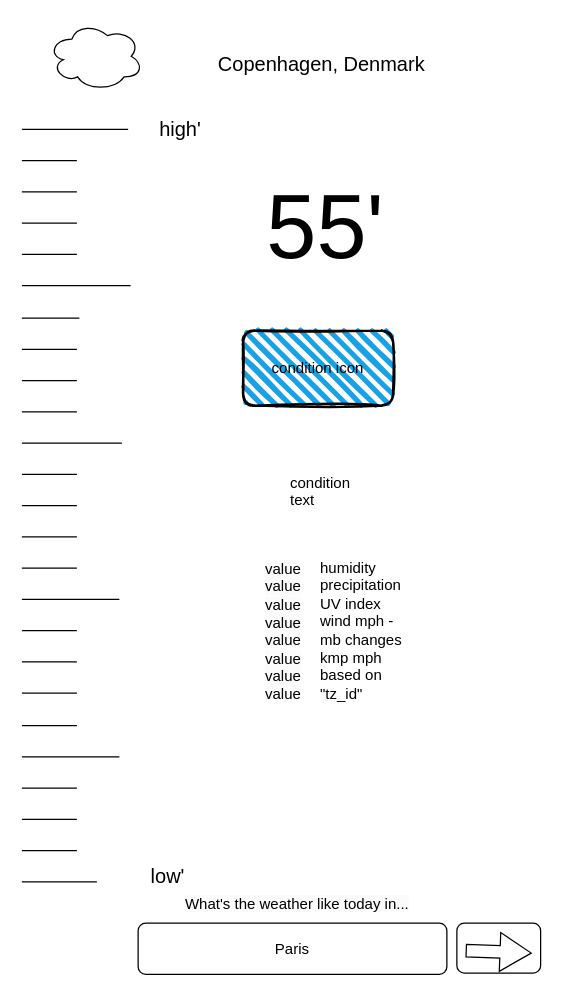
Earlier version of the draw.io diagram Weather_App.drawio (lanewells/u1_lab_weather-api). Source tidied: cells renumbered, new cells numbered last; positions are measured from the earlier drawing's top-left corner, leaving out a move shared by most shapes. Both pictures are drawn from the tidied source at 125%, with x=0, y=0 at pixel (21, 21).
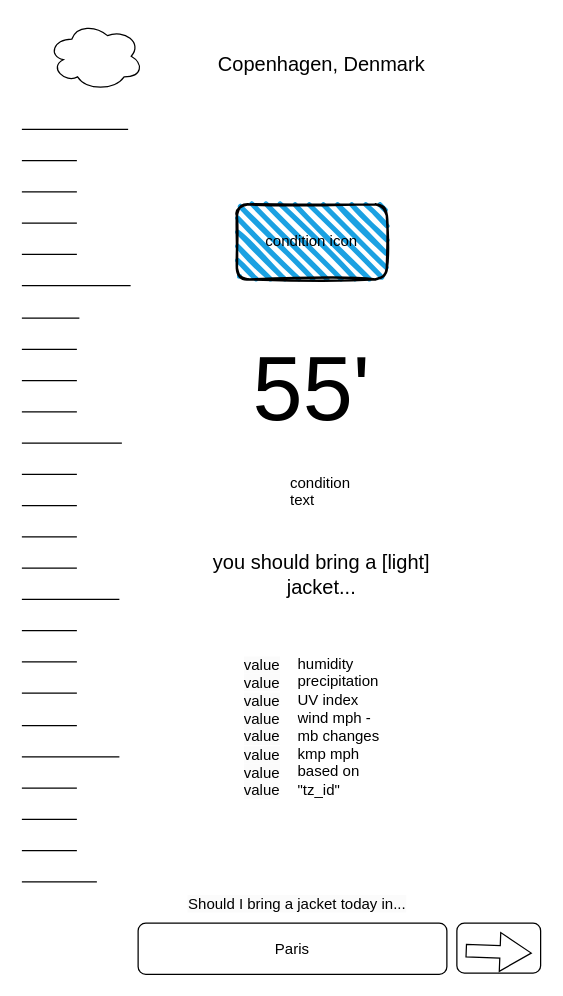
The same diagram, later.

Change to the diagram source:
```diff
@@
     <mxCell id="28" value="55'" style="text;html=1;align=center;verticalAlign=middle;whiteSpace=wrap;rounded=0;fontSize=72;" parent="1" vertex="1">
-      <mxGeometry x="175" y="101" width="136" height="126" as="geometry" />
+      <mxGeometry x="164" y="231" width="136" height="126" as="geometry" />
     </mxCell>
@@
-    <mxCell id="30" value="high'" style="text;html=1;align=center;verticalAlign=middle;whiteSpace=wrap;rounded=0;fontSize=16;" parent="1" vertex="1">
-      <mxGeometry x="97" y="71" width="60" height="30" as="geometry" />
-    </mxCell>
-    <mxCell id="31" value="low'" style="text;html=1;align=center;verticalAlign=middle;whiteSpace=wrap;rounded=0;fontSize=16;" parent="1" vertex="1">
-      <mxGeometry x="87" y="668" width="60" height="30" as="geometry" />
-    </mxCell>
@@
     <mxCell id="33" value="condition icon" style="rounded=1;whiteSpace=wrap;html=1;strokeWidth=2;fillWeight=4;hachureGap=8;hachureAngle=45;fillColor=#1ba1e2;sketch=1;" parent="1" vertex="1">
-      <mxGeometry x="177" y="247" width="120" height="60" as="geometry" />
+      <mxGeometry x="172" y="146" width="120" height="60" as="geometry" />
     </mxCell>
     <mxCell id="34" value="humidity&lt;div&gt;precipitation&lt;/div&gt;&lt;div&gt;UV index&lt;/div&gt;&lt;div&gt;wind mph -mb changes kmp mph based on &quot;tz_id&quot;&lt;/div&gt;" style="text;strokeColor=none;fillColor=none;align=left;verticalAlign=middle;spacingLeft=4;spacingRight=4;overflow=hidden;whiteSpace=wrap;html=1;" parent="1" vertex="1">
-      <mxGeometry x="233" y="418" width="80" height="138" as="geometry" />
+      <mxGeometry x="215" y="495" width="80" height="138" as="geometry" />
     </mxCell>
     <mxCell id="35" value="&lt;span style=&quot;color: rgb(0, 0, 0); font-family: Helvetica; font-size: 12px; font-style: normal; font-variant-ligatures: normal; font-variant-caps: normal; font-weight: 400; letter-spacing: normal; orphans: 2; text-align: left; text-indent: 0px; text-transform: none; widows: 2; word-spacing: 0px; -webkit-text-stroke-width: 0px; white-space: normal; background-color: rgb(251, 251, 251); text-decoration-thickness: initial; text-decoration-style: initial; text-decoration-color: initial; display: inline !important; float: none;&quot;&gt;value&lt;br&gt;value&lt;/span&gt;&lt;div&gt;&lt;span style=&quot;font-style: normal; font-variant-ligatures: normal; font-variant-caps: normal; font-weight: 400; letter-spacing: normal; orphans: 2; text-align: left; text-indent: 0px; text-transform: none; widows: 2; word-spacing: 0px; -webkit-text-stroke-width: 0px; white-space-collapse: collapse; background-color: rgb(251, 251, 251); text-decoration-thickness: initial; text-decoration-style: initial; text-decoration-color: initial; float: none; display: inline !important;&quot;&gt;value&lt;/span&gt;&lt;/div&gt;&lt;div&gt;&lt;span style=&quot;font-style: normal; font-variant-ligatures: normal; font-variant-caps: normal; font-weight: 400; letter-spacing: normal; orphans: 2; text-align: left; text-indent: 0px; text-transform: none; widows: 2; word-spacing: 0px; -webkit-text-stroke-width: 0px; white-space-collapse: collapse; background-color: rgb(251, 251, 251); text-decoration-thickness: initial; text-decoration-style: initial; text-decoration-color: initial; float: none; display: inline !important;&quot;&gt;value&lt;/span&gt;&lt;/div&gt;&lt;div&gt;&lt;span style=&quot;font-style: normal; font-variant-ligatures: normal; font-variant-caps: normal; font-weight: 400; letter-spacing: normal; orphans: 2; text-align: left; text-indent: 0px; text-transform: none; widows: 2; word-spacing: 0px; -webkit-text-stroke-width: 0px; white-space-collapse: collapse; background-color: rgb(251, 251, 251); text-decoration-thickness: initial; text-decoration-style: initial; text-decoration-color: initial; float: none; display: inline !important;&quot;&gt;value&lt;/span&gt;&lt;/div&gt;&lt;div&gt;&lt;span style=&quot;font-style: normal; font-variant-ligatures: normal; font-variant-caps: normal; font-weight: 400; letter-spacing: normal; orphans: 2; text-align: left; text-indent: 0px; text-transform: none; widows: 2; word-spacing: 0px; -webkit-text-stroke-width: 0px; white-space-collapse: collapse; background-color: rgb(251, 251, 251); text-decoration-thickness: initial; text-decoration-style: initial; text-decoration-color: initial; float: none; display: inline !important;&quot;&gt;value&lt;/span&gt;&lt;/div&gt;&lt;div&gt;&lt;span style=&quot;font-style: normal; font-variant-ligatures: normal; font-variant-caps: normal; font-weight: 400; letter-spacing: normal; orphans: 2; text-align: left; text-indent: 0px; text-transform: none; widows: 2; word-spacing: 0px; -webkit-text-stroke-width: 0px; white-space-collapse: collapse; background-color: rgb(251, 251, 251); text-decoration-thickness: initial; text-decoration-style: initial; text-decoration-color: initial; float: none; display: inline !important;&quot;&gt;value&lt;/span&gt;&lt;/div&gt;&lt;div&gt;&lt;span style=&quot;font-style: normal; font-variant-ligatures: normal; font-variant-caps: normal; font-weight: 400; letter-spacing: normal; orphans: 2; text-align: left; text-indent: 0px; text-transform: none; widows: 2; word-spacing: 0px; -webkit-text-stroke-width: 0px; white-space-collapse: collapse; background-color: rgb(251, 251, 251); text-decoration-thickness: initial; text-decoration-style: initial; text-decoration-color: initial; float: none; display: inline !important;&quot;&gt;value&lt;br&gt;&lt;br&gt;&lt;/span&gt;&lt;/div&gt;" style="text;strokeColor=none;fillColor=none;align=left;verticalAlign=middle;spacingLeft=4;spacingRight=4;overflow=hidden;whiteSpace=wrap;html=1;" parent="1" vertex="1">
-      <mxGeometry x="189" y="426" width="41" height="137" as="geometry" />
+      <mxGeometry x="172" y="503" width="41" height="137" as="geometry" />
     </mxCell>
@@
-    <mxCell id="38" value="&lt;span style=&quot;color: rgb(0, 0, 0); font-family: Helvetica; font-size: 12px; font-style: normal; font-variant-ligatures: normal; font-variant-caps: normal; font-weight: 400; letter-spacing: normal; orphans: 2; text-align: center; text-indent: 0px; text-transform: none; widows: 2; word-spacing: 0px; -webkit-text-stroke-width: 0px; white-space: normal; background-color: rgb(251, 251, 251); text-decoration-thickness: initial; text-decoration-style: initial; text-decoration-color: initial; display: inline !important; float: none;&quot;&gt;What's the weather like today in...&lt;/span&gt;" style="text;html=1;align=center;verticalAlign=middle;whiteSpace=wrap;rounded=0;fontSize=16;" parent="1" vertex="1">
+    <mxCell id="38" value="&lt;span style=&quot;color: rgb(0, 0, 0); font-family: Helvetica; font-size: 12px; font-style: normal; font-variant-ligatures: normal; font-variant-caps: normal; font-weight: 400; letter-spacing: normal; orphans: 2; text-align: center; text-indent: 0px; text-transform: none; widows: 2; word-spacing: 0px; -webkit-text-stroke-width: 0px; white-space: normal; background-color: rgb(251, 251, 251); text-decoration-thickness: initial; text-decoration-style: initial; text-decoration-color: initial; display: inline !important; float: none;&quot;&gt;Should I bring a jacket today in...&lt;/span&gt;" style="text;html=1;align=center;verticalAlign=middle;whiteSpace=wrap;rounded=0;fontSize=16;" parent="1" vertex="1">
       <mxGeometry x="114" y="689" width="213" height="30" as="geometry" />
     </mxCell>
@@
+    <mxCell id="40" value="you should bring a [light] jacket..." style="text;html=1;align=center;verticalAlign=middle;whiteSpace=wrap;rounded=0;fontSize=16;" parent="1" vertex="1">
+      <mxGeometry x="135" y="427" width="210" height="30" as="geometry" />
+    </mxCell>
```
